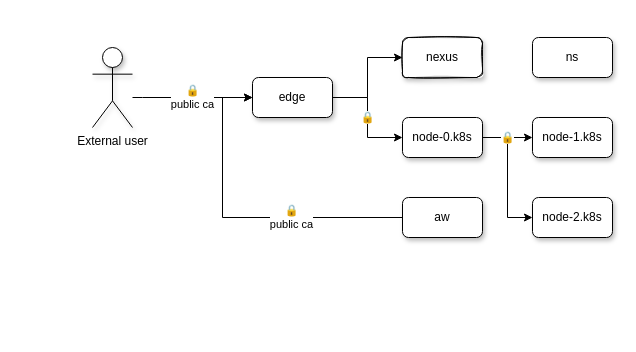
belenot/infrastructure keeps this draw.io diagram as infrastructure.drawio. Above is the earlier version. Source tidied: cells renumbered, new cells numbered last; positions are measured from the earlier drawing's top-left corner, leaving out a move shared by most shapes. Both pictures are drawn from the tidied source at 100%, with x=0, y=0 at pixel (92, 37).
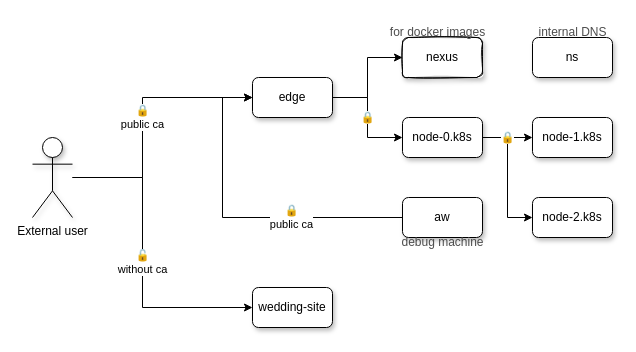
Above is the later version.

The edit, as a diff of the source:
```diff
@@
+    <mxCell id="17" value="🔓&lt;br&gt;without ca" style="edgeStyle=orthogonalEdgeStyle;rounded=0;jettySize=auto;html=1;" parent="1" edge="1" source="3" target="18">
+      <mxGeometry relative="1" as="geometry">
+        <Array as="points">
+          <mxPoint x="50" y="140" />
+          <mxPoint x="50" y="270" />
+        </Array>
+      </mxGeometry>
+    </mxCell>
     <mxCell id="3" value="External user" style="shape=umlActor;verticalLabelPosition=bottom;verticalAlign=top;html=1;outlineConnect=0;shadow=1;" parent="1" vertex="1">
-      <mxGeometry y="10" width="40" height="80" as="geometry" />
+      <mxGeometry x="-60" y="100" width="40" height="80" as="geometry" />
     </mxCell>
@@
+    <mxCell id="18" value="wedding-site" style="rounded=1;whiteSpace=wrap;html=1;shadow=1;" parent="1" vertex="1">
+      <mxGeometry x="160" y="250" width="80" height="40" as="geometry" />
+    </mxCell>
+    <mxCell id="19" value="for docker images" style="text;html=1;align=center;verticalAlign=middle;strokeColor=none;fillColor=none;fontColor=#4D4D4D;" parent="1" vertex="1">
+      <mxGeometry x="285" y="-20" width="120" height="30" as="geometry" />
+    </mxCell>
+    <mxCell id="20" value="debug machine" style="text;html=1;align=center;verticalAlign=middle;strokeColor=none;fillColor=none;fontColor=#4D4D4D;" parent="1" vertex="1">
+      <mxGeometry x="295" y="190" width="110" height="30" as="geometry" />
+    </mxCell>
+    <mxCell id="21" value="internal DNS" style="text;html=1;align=center;verticalAlign=middle;strokeColor=none;fillColor=none;fontColor=#4D4D4D;" parent="1" vertex="1">
+      <mxGeometry x="435" y="-20" width="90" height="30" as="geometry" />
+    </mxCell>
```
